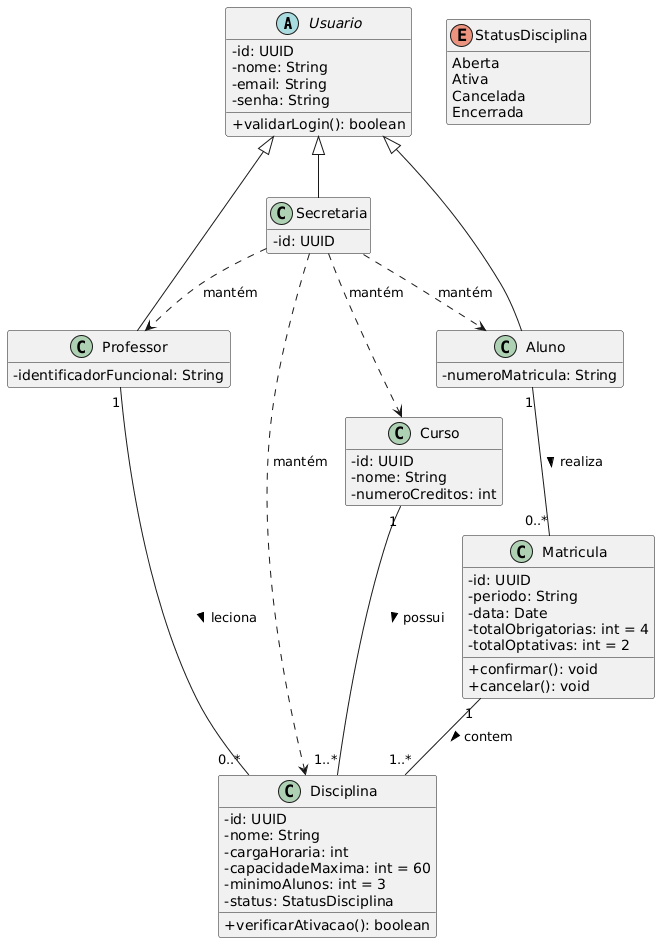
Above: Diagramas/DiagramaClasses.png in MaxJunior2002/Laboratorio-2-Projeto-de-Software (PlantUML), before the change. Source of this version:
```plantuml
@startuml
skinparam classAttributeIconSize 0
hide empty members

abstract class Usuario {
  - id: UUID
  - nome: String
  - email: String
  - senha: String
  + validarLogin(): boolean
}

class Aluno {
  - numeroMatricula: String
}

class Professor {
  - identificadorFuncional: String
}

class Secretaria {
  - id: UUID
}

class Curso {
  - id: UUID
  - nome: String
  - numeroCreditos: int
}

class Disciplina {
  - id: UUID
  - nome: String
  - cargaHoraria: int
  - capacidadeMaxima: int = 60
  - minimoAlunos: int = 3
  - status: StatusDisciplina
  + verificarAtivacao(): boolean
}

class Matricula {
  - id: UUID
  - periodo: String
  - data: Date
  - totalObrigatorias: int = 4
  - totalOptativas: int = 2
  + confirmar(): void
  + cancelar(): void
}

enum StatusDisciplina {
  Aberta
  Ativa
  Cancelada
  Encerrada
}

Usuario <|-- Aluno
Usuario <|-- Professor
Usuario <|-- Secretaria

Curso "1" -- "1..*" Disciplina : possui >
Professor "1" -- "0..*" Disciplina : leciona >
Aluno "1" -- "0..*" Matricula : realiza >
Matricula "1" -- "1..*" Disciplina : contem >

Secretaria ..> Curso : mantém
Secretaria ..> Disciplina : mantém
Secretaria ..> Professor : mantém
Secretaria ..> Aluno : mantém
@enduml
```
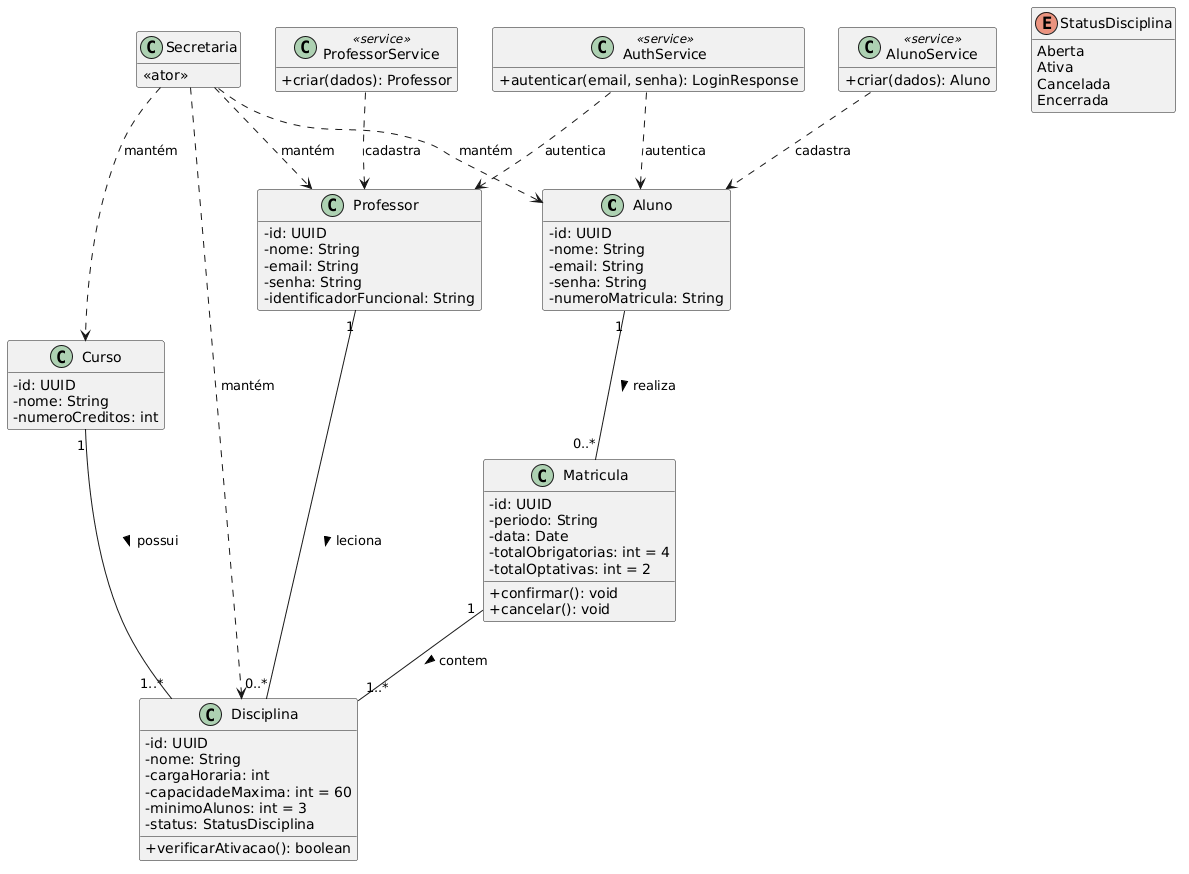
The same diagram one commit later.

Commit message:
docs: ajuste diagrama de classes

Change to the diagram source:
```diff
@@ -2,24 +2,36 @@
 skinparam classAttributeIconSize 0
 hide empty members
 
-abstract class Usuario {
+class Aluno {
   - id: UUID
   - nome: String
   - email: String
   - senha: String
-  + validarLogin(): boolean
-}
-
-class Aluno {
   - numeroMatricula: String
 }
 
 class Professor {
+  - id: UUID
+  - nome: String
+  - email: String
+  - senha: String
   - identificadorFuncional: String
 }
 
 class Secretaria {
-  - id: UUID
+  <<ator>>
+}
+
+class AlunoService <<service>> {
+  + criar(dados): Aluno
+}
+
+class ProfessorService <<service>> {
+  + criar(dados): Professor
+}
+
+class AuthService <<service>> {
+  + autenticar(email, senha): LoginResponse
 }
 
 class Curso {
@@ -55,15 +67,15 @@
   Encerrada
 }
 
-Usuario <|-- Aluno
-Usuario <|-- Professor
-Usuario <|-- Secretaria
-
 Curso "1" -- "1..*" Disciplina : possui >
 Professor "1" -- "0..*" Disciplina : leciona >
 Aluno "1" -- "0..*" Matricula : realiza >
 Matricula "1" -- "1..*" Disciplina : contem >
 
+AuthService ..> Aluno : autentica
+AuthService ..> Professor : autentica
+AlunoService ..> Aluno : cadastra
+ProfessorService ..> Professor : cadastra
 Secretaria ..> Curso : mantém
 Secretaria ..> Disciplina : mantém
 Secretaria ..> Professor : mantém
```
